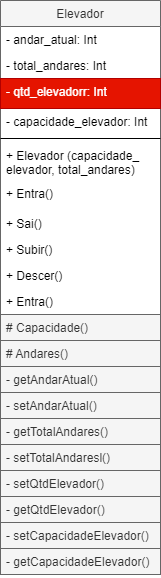
This is Atvd.2 Predio/src/main/java/com/mycompany/predio/Diagrama Elevador.png from GSouzzaDev/ARCO-DE-TREINAMENTO-POOJAVA-2024.1-ADS-UFRN., a draw.io export, as it was before one commit. Source tidied: cells renumbered, new cells last; positions are measured from the earlier drawing's top-left corner, leaving out a move shared by most shapes.
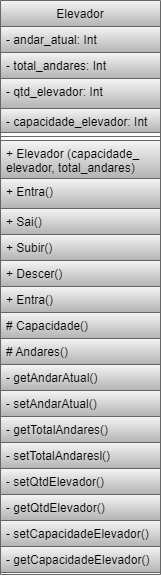
Above is the later version.

The edit, as a diff of the source:
```diff
@@ -2,71 +2,71 @@
   <root>
     <mxCell id="0" />
     <mxCell id="1" parent="0" />
-    <mxCell id="2" value="Elevador" style="swimlane;fontStyle=0;align=center;verticalAlign=top;horizontal=1;startSize=26;rounded=0;shadow=0;strokeWidth=1;fillColor=#f5f5f5;fontColor=#333333;strokeColor=#666666;" parent="1" vertex="1">
+    <mxCell id="2" value="Elevador" style="swimlane;fontStyle=0;align=center;verticalAlign=top;horizontal=1;startSize=26;rounded=0;shadow=0;strokeWidth=1;fillColor=#f5f5f5;strokeColor=#666666;gradientColor=#b3b3b3;" parent="1" vertex="1">
       <mxGeometry width="160" height="574" as="geometry" />
     </mxCell>
-    <mxCell id="3" value="- andar_atual: Int" style="text;align=left;verticalAlign=top;spacingLeft=4;spacingRight=4;overflow=hidden;" parent="2" vertex="1">
+    <mxCell id="3" value="- andar_atual: Int" style="text;align=left;verticalAlign=top;spacingLeft=4;spacingRight=4;overflow=hidden;fillColor=#f5f5f5;gradientColor=#b3b3b3;strokeColor=#666666;" parent="2" vertex="1">
       <mxGeometry y="26" width="160" height="26" as="geometry" />
     </mxCell>
-    <mxCell id="4" value="- total_andares: Int " style="text;align=left;verticalAlign=top;spacingLeft=4;spacingRight=4;overflow=hidden;rounded=0;shadow=0;html=0;" parent="2" vertex="1">
+    <mxCell id="4" value="- total_andares: Int " style="text;align=left;verticalAlign=top;spacingLeft=4;spacingRight=4;overflow=hidden;rounded=0;shadow=0;html=0;fillColor=#f5f5f5;gradientColor=#b3b3b3;strokeColor=#666666;" parent="2" vertex="1">
       <mxGeometry y="52" width="160" height="26" as="geometry" />
     </mxCell>
-    <mxCell id="5" value="- qtd_elevadorr: Int" style="text;align=left;verticalAlign=top;spacingLeft=4;spacingRight=4;overflow=hidden;rounded=0;shadow=0;html=0;fillColor=#e51400;strokeColor=#B20000;fontColor=#ffffff;" parent="2" vertex="1">
+    <mxCell id="5" value="- qtd_elevador: Int" style="text;align=left;verticalAlign=top;spacingLeft=4;spacingRight=4;overflow=hidden;rounded=0;shadow=0;html=0;fillColor=#f5f5f5;gradientColor=#b3b3b3;strokeColor=#666666;" parent="2" vertex="1">
       <mxGeometry y="78" width="160" height="30" as="geometry" />
     </mxCell>
-    <mxCell id="6" value="- capacidade_elevador: Int" style="text;align=left;verticalAlign=top;spacingLeft=4;spacingRight=4;overflow=hidden;rounded=0;shadow=0;html=0;" parent="2" vertex="1">
-      <mxGeometry y="108" width="160" height="26" as="geometry" />
+    <mxCell id="6" value="- capacidade_elevador: Int" style="text;align=left;verticalAlign=top;spacingLeft=4;spacingRight=4;overflow=hidden;rounded=0;shadow=0;html=0;fillColor=#f5f5f5;gradientColor=#b3b3b3;strokeColor=#666666;" parent="2" vertex="1">
+      <mxGeometry y="108" width="160" height="24" as="geometry" />
     </mxCell>
-    <mxCell id="7" style="line;html=1;strokeWidth=1;align=left;verticalAlign=middle;spacingTop=-1;spacingLeft=3;spacingRight=3;labelPosition=right;" parent="2" vertex="1">
-      <mxGeometry y="134" width="160" height="8" as="geometry" />
+    <mxCell id="7" style="line;html=1;strokeWidth=1;align=left;verticalAlign=middle;spacingTop=-1;spacingLeft=3;spacingRight=3;labelPosition=right;fillColor=#f5f5f5;gradientColor=#b3b3b3;strokeColor=#666666;" parent="2" vertex="1">
+      <mxGeometry y="132" width="160" height="8" as="geometry" />
     </mxCell>
-    <mxCell id="8" value="+ Elevador (capacidade_&#10;elevador, total_andares)" style="text;align=left;verticalAlign=top;spacingLeft=4;spacingRight=4;overflow=hidden;" parent="2" vertex="1">
-      <mxGeometry y="142" width="160" height="38" as="geometry" />
+    <mxCell id="8" value="+ Elevador (capacidade_&#10;elevador, total_andares)" style="text;align=left;verticalAlign=top;spacingLeft=4;spacingRight=4;overflow=hidden;fillColor=#f5f5f5;gradientColor=#b3b3b3;strokeColor=#666666;" parent="2" vertex="1">
+      <mxGeometry y="140" width="160" height="38" as="geometry" />
     </mxCell>
-    <mxCell id="9" value="+ Entra()" style="text;align=left;verticalAlign=top;spacingLeft=4;spacingRight=4;overflow=hidden;" parent="2" vertex="1">
-      <mxGeometry y="180" width="160" height="30" as="geometry" />
+    <mxCell id="9" value="+ Entra()" style="text;align=left;verticalAlign=top;spacingLeft=4;spacingRight=4;overflow=hidden;fillColor=#f5f5f5;gradientColor=#b3b3b3;strokeColor=#666666;" parent="2" vertex="1">
+      <mxGeometry y="178" width="160" height="30" as="geometry" />
     </mxCell>
-    <mxCell id="10" value="+ Sai()" style="text;align=left;verticalAlign=top;spacingLeft=4;spacingRight=4;overflow=hidden;" parent="2" vertex="1">
-      <mxGeometry y="210" width="160" height="26" as="geometry" />
+    <mxCell id="10" value="+ Sai()" style="text;align=left;verticalAlign=top;spacingLeft=4;spacingRight=4;overflow=hidden;fillColor=#f5f5f5;gradientColor=#b3b3b3;strokeColor=#666666;" parent="2" vertex="1">
+      <mxGeometry y="208" width="160" height="26" as="geometry" />
     </mxCell>
-    <mxCell id="11" value="+ Subir()" style="text;align=left;verticalAlign=top;spacingLeft=4;spacingRight=4;overflow=hidden;" parent="2" vertex="1">
-      <mxGeometry y="236" width="160" height="26" as="geometry" />
+    <mxCell id="11" value="+ Subir()" style="text;align=left;verticalAlign=top;spacingLeft=4;spacingRight=4;overflow=hidden;fillColor=#f5f5f5;gradientColor=#b3b3b3;strokeColor=#666666;" parent="2" vertex="1">
+      <mxGeometry y="234" width="160" height="26" as="geometry" />
     </mxCell>
-    <mxCell id="12" value="+ Descer()" style="text;align=left;verticalAlign=top;spacingLeft=4;spacingRight=4;overflow=hidden;" parent="2" vertex="1">
-      <mxGeometry y="262" width="160" height="26" as="geometry" />
+    <mxCell id="12" value="+ Descer()" style="text;align=left;verticalAlign=top;spacingLeft=4;spacingRight=4;overflow=hidden;fillColor=#f5f5f5;gradientColor=#b3b3b3;strokeColor=#666666;" parent="2" vertex="1">
+      <mxGeometry y="260" width="160" height="26" as="geometry" />
     </mxCell>
-    <mxCell id="13" value="+ Entra()" style="text;align=left;verticalAlign=top;spacingLeft=4;spacingRight=4;overflow=hidden;" parent="2" vertex="1">
-      <mxGeometry y="288" width="160" height="26" as="geometry" />
+    <mxCell id="13" value="+ Entra()" style="text;align=left;verticalAlign=top;spacingLeft=4;spacingRight=4;overflow=hidden;fillColor=#f5f5f5;gradientColor=#b3b3b3;strokeColor=#666666;" parent="2" vertex="1">
+      <mxGeometry y="286" width="160" height="26" as="geometry" />
     </mxCell>
-    <mxCell id="14" value="# Capacidade()" style="text;align=left;verticalAlign=top;spacingLeft=4;spacingRight=4;overflow=hidden;fillColor=#f5f5f5;fontColor=#333333;strokeColor=#666666;" parent="2" vertex="1">
-      <mxGeometry y="314" width="160" height="26" as="geometry" />
+    <mxCell id="14" value="# Capacidade()" style="text;align=left;verticalAlign=top;spacingLeft=4;spacingRight=4;overflow=hidden;fillColor=#f5f5f5;strokeColor=#666666;gradientColor=#b3b3b3;" parent="2" vertex="1">
+      <mxGeometry y="312" width="160" height="26" as="geometry" />
     </mxCell>
-    <mxCell id="15" value="# Andares()" style="text;align=left;verticalAlign=top;spacingLeft=4;spacingRight=4;overflow=hidden;fillColor=#f5f5f5;fontColor=#333333;strokeColor=#666666;" parent="2" vertex="1">
-      <mxGeometry y="340" width="160" height="26" as="geometry" />
+    <mxCell id="15" value="# Andares()" style="text;align=left;verticalAlign=top;spacingLeft=4;spacingRight=4;overflow=hidden;fillColor=#f5f5f5;strokeColor=#666666;gradientColor=#b3b3b3;" parent="2" vertex="1">
+      <mxGeometry y="338" width="160" height="26" as="geometry" />
     </mxCell>
-    <mxCell id="16" value="- getAndarAtual()" style="text;align=left;verticalAlign=top;spacingLeft=4;spacingRight=4;overflow=hidden;fillColor=#f5f5f5;fontColor=#333333;strokeColor=#666666;" parent="2" vertex="1">
-      <mxGeometry y="366" width="160" height="26" as="geometry" />
+    <mxCell id="16" value="- getAndarAtual()" style="text;align=left;verticalAlign=top;spacingLeft=4;spacingRight=4;overflow=hidden;fillColor=#f5f5f5;strokeColor=#666666;gradientColor=#b3b3b3;" parent="2" vertex="1">
+      <mxGeometry y="364" width="160" height="26" as="geometry" />
     </mxCell>
-    <mxCell id="17" value="- setAndarAtual()" style="text;align=left;verticalAlign=top;spacingLeft=4;spacingRight=4;overflow=hidden;fillColor=#f5f5f5;fontColor=#333333;strokeColor=#666666;" parent="2" vertex="1">
-      <mxGeometry y="392" width="160" height="26" as="geometry" />
+    <mxCell id="17" value="- setAndarAtual()" style="text;align=left;verticalAlign=top;spacingLeft=4;spacingRight=4;overflow=hidden;fillColor=#f5f5f5;strokeColor=#666666;gradientColor=#b3b3b3;" parent="2" vertex="1">
+      <mxGeometry y="390" width="160" height="26" as="geometry" />
     </mxCell>
-    <mxCell id="18" value="- getTotalAndares()" style="text;align=left;verticalAlign=top;spacingLeft=4;spacingRight=4;overflow=hidden;fillColor=#f5f5f5;fontColor=#333333;strokeColor=#666666;" parent="2" vertex="1">
-      <mxGeometry y="418" width="160" height="26" as="geometry" />
+    <mxCell id="18" value="- getTotalAndares()" style="text;align=left;verticalAlign=top;spacingLeft=4;spacingRight=4;overflow=hidden;fillColor=#f5f5f5;strokeColor=#666666;gradientColor=#b3b3b3;" parent="2" vertex="1">
+      <mxGeometry y="416" width="160" height="26" as="geometry" />
     </mxCell>
-    <mxCell id="19" value="- setTotalAndaresl()" style="text;align=left;verticalAlign=top;spacingLeft=4;spacingRight=4;overflow=hidden;fillColor=#f5f5f5;fontColor=#333333;strokeColor=#666666;" parent="2" vertex="1">
-      <mxGeometry y="444" width="160" height="26" as="geometry" />
+    <mxCell id="19" value="- setTotalAndaresl()" style="text;align=left;verticalAlign=top;spacingLeft=4;spacingRight=4;overflow=hidden;fillColor=#f5f5f5;strokeColor=#666666;gradientColor=#b3b3b3;" parent="2" vertex="1">
+      <mxGeometry y="442" width="160" height="26" as="geometry" />
     </mxCell>
-    <mxCell id="20" value="- setQtdElevador()" style="text;align=left;verticalAlign=top;spacingLeft=4;spacingRight=4;overflow=hidden;fillColor=#f5f5f5;fontColor=#333333;strokeColor=#666666;" parent="2" vertex="1">
-      <mxGeometry y="470" width="160" height="26" as="geometry" />
+    <mxCell id="20" value="- setQtdElevador()" style="text;align=left;verticalAlign=top;spacingLeft=4;spacingRight=4;overflow=hidden;fillColor=#f5f5f5;strokeColor=#666666;gradientColor=#b3b3b3;" parent="2" vertex="1">
+      <mxGeometry y="468" width="160" height="26" as="geometry" />
     </mxCell>
-    <mxCell id="21" value="- getQtdElevador()" style="text;align=left;verticalAlign=top;spacingLeft=4;spacingRight=4;overflow=hidden;fillColor=#f5f5f5;fontColor=#333333;strokeColor=#666666;" parent="2" vertex="1">
-      <mxGeometry y="496" width="160" height="26" as="geometry" />
+    <mxCell id="21" value="- getQtdElevador()" style="text;align=left;verticalAlign=top;spacingLeft=4;spacingRight=4;overflow=hidden;fillColor=#f5f5f5;strokeColor=#666666;gradientColor=#b3b3b3;" parent="2" vertex="1">
+      <mxGeometry y="494" width="160" height="26" as="geometry" />
     </mxCell>
-    <mxCell id="22" value="- setCapacidadeElevador()" style="text;align=left;verticalAlign=top;spacingLeft=4;spacingRight=4;overflow=hidden;fillColor=#f5f5f5;fontColor=#333333;strokeColor=#666666;" parent="2" vertex="1">
-      <mxGeometry y="522" width="160" height="26" as="geometry" />
+    <mxCell id="22" value="- setCapacidadeElevador()" style="text;align=left;verticalAlign=top;spacingLeft=4;spacingRight=4;overflow=hidden;fillColor=#f5f5f5;strokeColor=#666666;gradientColor=#b3b3b3;" parent="2" vertex="1">
+      <mxGeometry y="520" width="160" height="26" as="geometry" />
     </mxCell>
-    <mxCell id="23" value="- getCapacidadeElevador()" style="text;align=left;verticalAlign=top;spacingLeft=4;spacingRight=4;overflow=hidden;fillColor=#f5f5f5;fontColor=#333333;strokeColor=#666666;" parent="2" vertex="1">
-      <mxGeometry y="548" width="160" height="26" as="geometry" />
+    <mxCell id="23" value="- getCapacidadeElevador()" style="text;align=left;verticalAlign=top;spacingLeft=4;spacingRight=4;overflow=hidden;fillColor=#f5f5f5;strokeColor=#666666;gradientColor=#b3b3b3;" parent="2" vertex="1">
+      <mxGeometry y="546" width="160" height="26" as="geometry" />
     </mxCell>
   </root>
 </mxGraphModel>
```
